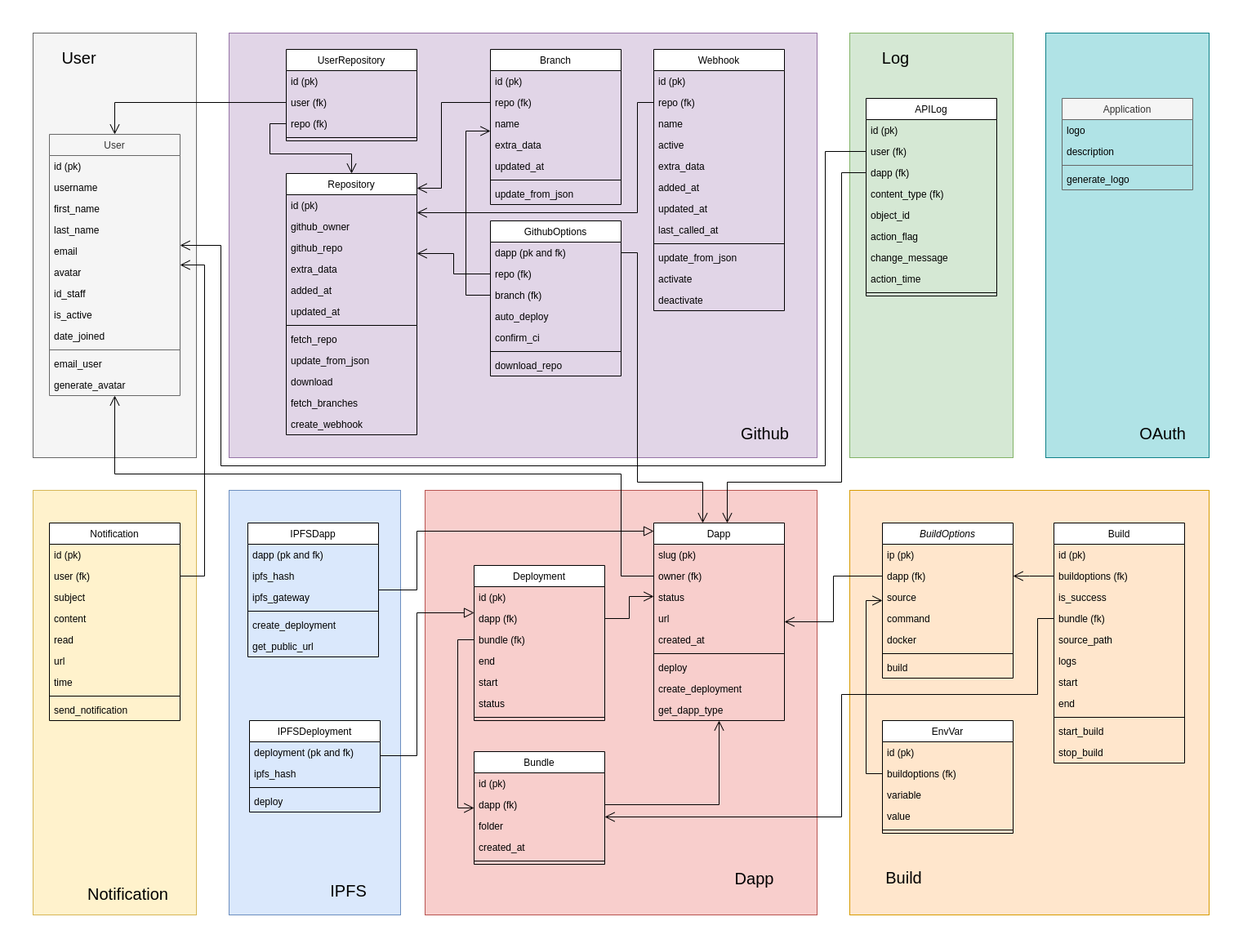
dhost-project/dhost keeps this draw.io diagram as docs/models.png. Above is the earlier version. Source tidied: cells renumbered, new cells last; positions are measured from the earlier drawing's top-left corner, leaving out a move shared by most shapes.
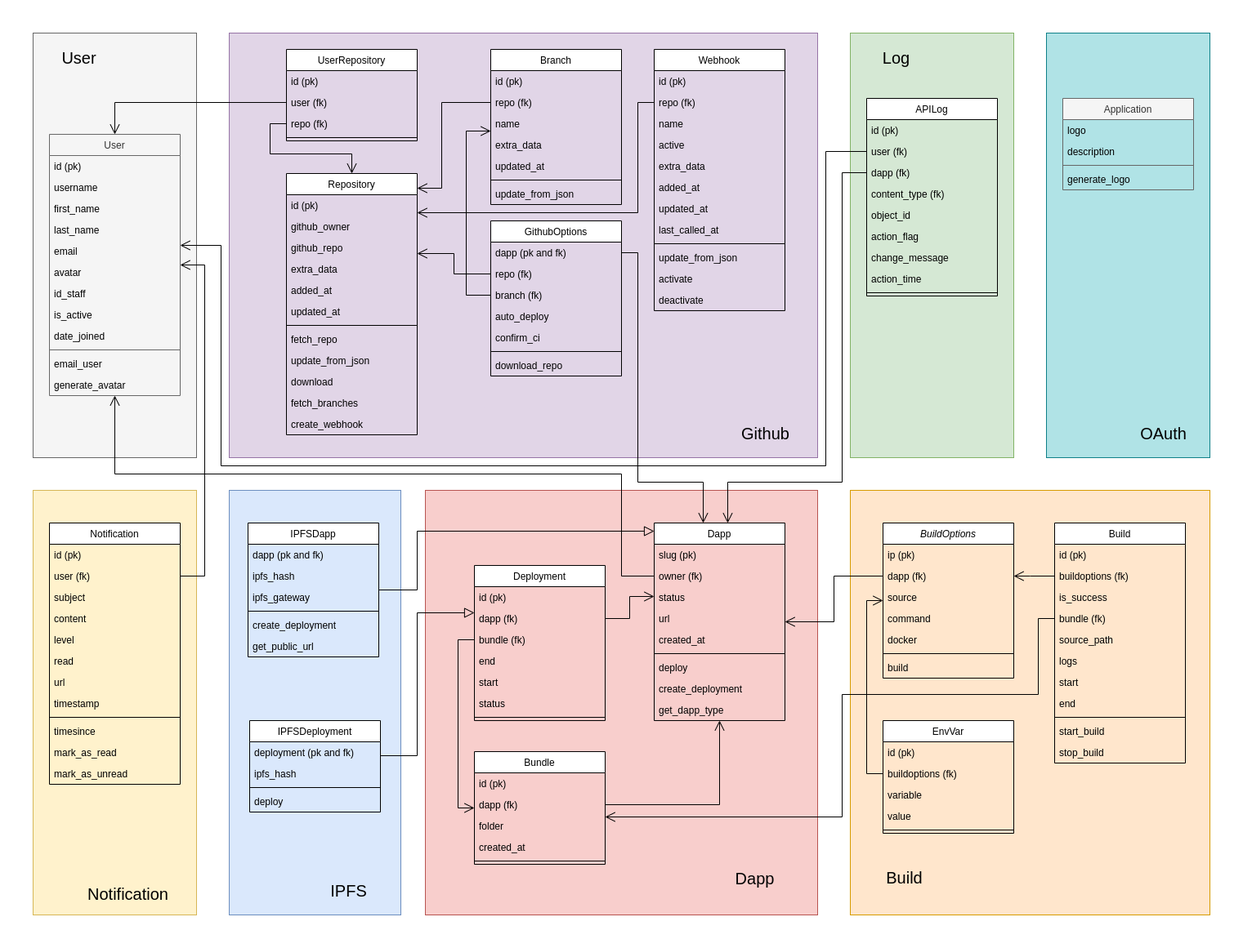
Later version of the same file.

What changed in the source:
```diff
@@ -510,7 +510,7 @@
       <mxGeometry x="100" y="1084" width="113" height="20" as="geometry" />
     </mxCell>
     <mxCell id="159" value="Notification" style="swimlane;fontStyle=0;align=center;verticalAlign=top;horizontal=1;startSize=26;rounded=0;shadow=0;strokeWidth=1;" parent="1" vertex="1">
-      <mxGeometry x="60" y="640" width="160" height="242" as="geometry" />
+      <mxGeometry x="60" y="640" width="160" height="320" as="geometry" />
     </mxCell>
     <mxCell id="160" value="id (pk)" style="text;align=left;verticalAlign=top;spacingLeft=4;spacingRight=4;overflow=hidden;" parent="159" vertex="1">
       <mxGeometry y="26" width="160" height="26" as="geometry" />
@@ -524,21 +524,30 @@
     <mxCell id="163" value="content" style="text;align=left;verticalAlign=top;spacingLeft=4;spacingRight=4;overflow=hidden;" parent="159" vertex="1">
       <mxGeometry y="104" width="160" height="26" as="geometry" />
     </mxCell>
+    <mxCell id="186" value="level" style="text;align=left;verticalAlign=top;spacingLeft=4;spacingRight=4;overflow=hidden;" parent="159" vertex="1">
+      <mxGeometry y="130" width="160" height="26" as="geometry" />
+    </mxCell>
     <mxCell id="164" value="read" style="text;align=left;verticalAlign=top;spacingLeft=4;spacingRight=4;overflow=hidden;" parent="159" vertex="1">
-      <mxGeometry y="130" width="160" height="26" as="geometry" />
+      <mxGeometry y="156" width="160" height="26" as="geometry" />
     </mxCell>
     <mxCell id="165" value="url" style="text;align=left;verticalAlign=top;spacingLeft=4;spacingRight=4;overflow=hidden;" parent="159" vertex="1">
-      <mxGeometry y="156" width="160" height="26" as="geometry" />
+      <mxGeometry y="182" width="160" height="26" as="geometry" />
     </mxCell>
-    <mxCell id="166" value="time" style="text;align=left;verticalAlign=top;spacingLeft=4;spacingRight=4;overflow=hidden;" parent="159" vertex="1">
-      <mxGeometry y="182" width="160" height="26" as="geometry" />
+    <mxCell id="166" value="timestamp" style="text;align=left;verticalAlign=top;spacingLeft=4;spacingRight=4;overflow=hidden;" parent="159" vertex="1">
+      <mxGeometry y="208" width="160" height="26" as="geometry" />
     </mxCell>
     <mxCell id="167" style="line;html=1;strokeWidth=1;align=left;verticalAlign=middle;spacingTop=-1;spacingLeft=3;spacingRight=3;labelPosition=right;" parent="159" vertex="1">
-      <mxGeometry y="208" width="160" height="8" as="geometry" />
+      <mxGeometry y="234" width="160" height="8" as="geometry" />
     </mxCell>
+    <mxCell id="187" value="timesince" style="text;align=left;verticalAlign=top;spacingLeft=4;spacingRight=4;overflow=hidden;" parent="159" vertex="1">
+      <mxGeometry y="242" width="160" height="26" as="geometry" />
+    </mxCell>
-    <mxCell id="168" value="send_notification" style="text;align=left;verticalAlign=top;spacingLeft=4;spacingRight=4;overflow=hidden;" parent="159" vertex="1">
-      <mxGeometry y="216" width="160" height="26" as="geometry" />
+    <mxCell id="168" value="mark_as_read" style="text;align=left;verticalAlign=top;spacingLeft=4;spacingRight=4;overflow=hidden;" parent="159" vertex="1">
+      <mxGeometry y="268" width="160" height="26" as="geometry" />
     </mxCell>
+    <mxCell id="188" value="mark_as_unread" style="text;align=left;verticalAlign=top;spacingLeft=4;spacingRight=4;overflow=hidden;" parent="159" vertex="1">
+      <mxGeometry y="294" width="160" height="26" as="geometry" />
+    </mxCell>
     <mxCell id="169" style="edgeStyle=orthogonalEdgeStyle;rounded=0;jettySize=auto;html=1;startArrow=none;startFill=0;endArrow=open;endFill=0;startSize=10;endSize=10;" parent="1" edge="1" source="161" target="102">
       <mxGeometry relative="1" as="geometry">
         <Array as="points">
```
